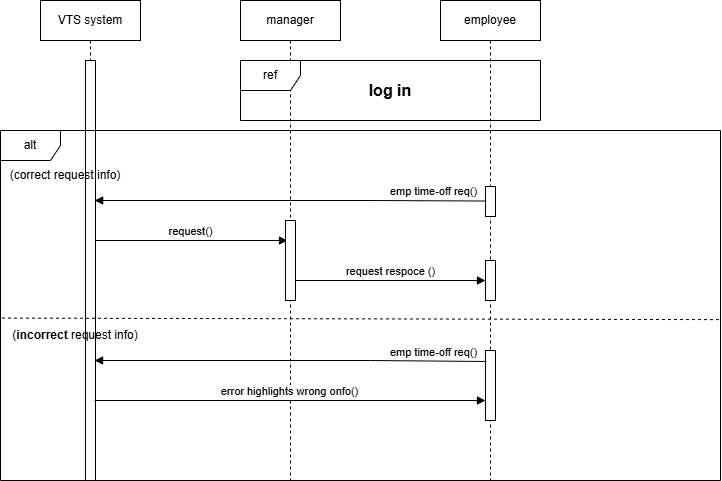
zieadkh/Mentorship keeps this draw.io diagram as task1/manageTime_sequenceDiagram.drawio.png. Above is the earlier version. Source tidied: cells renumbered, new cells last; positions are measured from the earlier drawing's top-left corner, leaving out a move shared by most shapes.
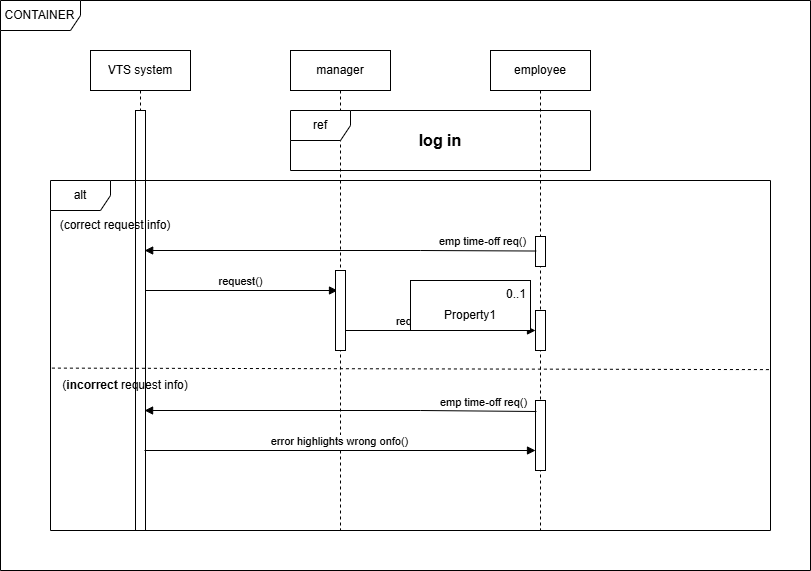
After the change.

The edit, as a diff of the source:
```diff
@@ -81,5 +81,16 @@
         </Array>
       </mxGeometry>
     </mxCell>
+    <mxCell id="21" value="0..1" style="align=right;verticalAlign=top;spacingRight=2;whiteSpace=wrap;html=1;" parent="1" vertex="1">
+      <mxGeometry x="360" y="230" width="120" height="50" as="geometry" />
+    </mxCell>
+    <mxCell id="22" value="Property1" style="text;html=1;strokeColor=none;fillColor=none;align=center;verticalAlign=middle;spacingLeft=4;spacingRight=4;overflow=hidden;whiteSpace=wrap;" parent="21" vertex="1">
+      <mxGeometry y="1" width="120" height="30" relative="1" as="geometry">
+        <mxPoint y="-30" as="offset" />
+      </mxGeometry>
+    </mxCell>
+    <mxCell id="23" value="CONTAINER" style="shape=umlFrame;whiteSpace=wrap;html=1;width=80;height=30;" parent="1" vertex="1">
+      <mxGeometry x="-50" y="-50" width="810" height="570" as="geometry" />
+    </mxCell>
   </root>
 </mxGraphModel>
```
